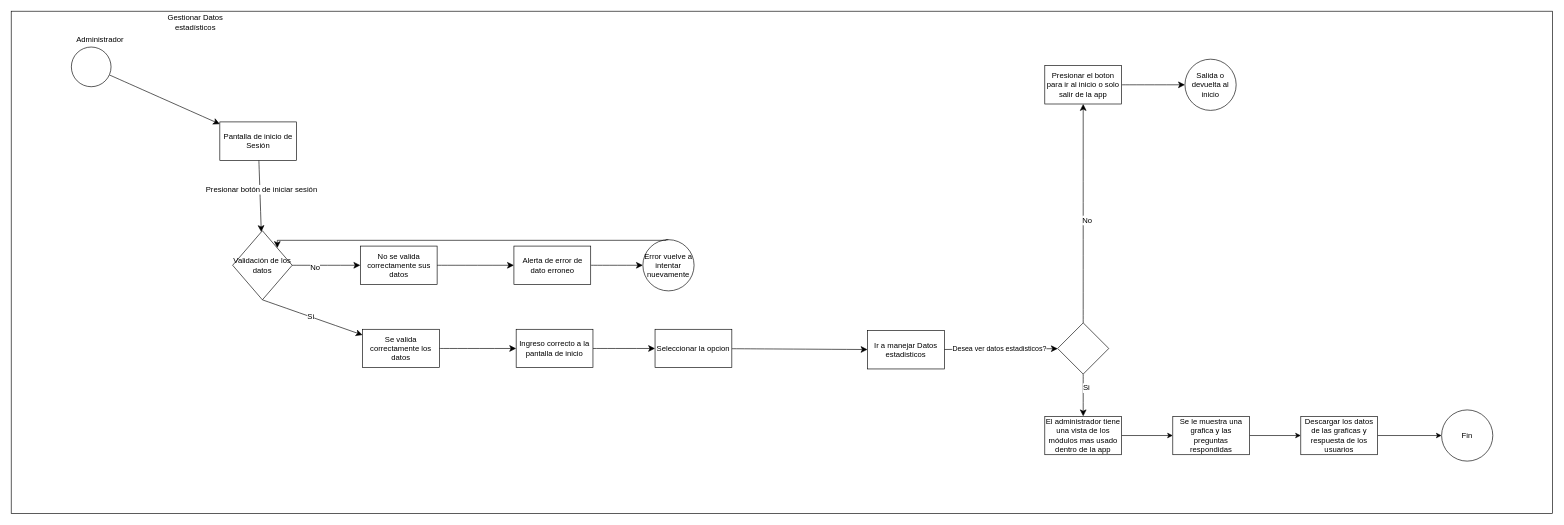
This is page "Diagrama de actividad Administrador" (6 of 17) of Fase2/Evidencias Proyecto/Presentacion Proyecto/Evidencias de documentación según metodología utiizada/casos de uso.drawio from SunsetDs/Proyecto_portafolio_titulo, a draw.io file, before an edit. Source tidied: cells renumbered, new cells numbered last; positions are measured from the earlier drawing's top-left corner, leaving out a move shared by most shapes. Both pictures are drawn from the tidied source at 64%, with x=0, y=0 at pixel (11, 11).
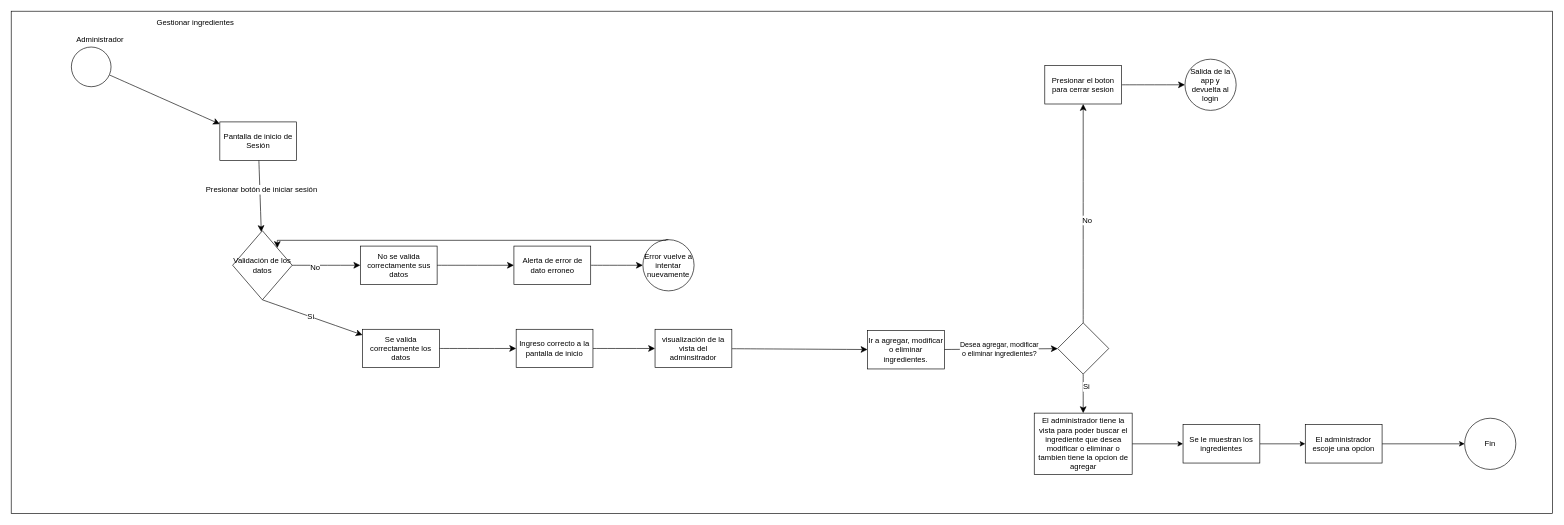
Above is the later version.

Unchanged cells that the change refers to:
```xml
<mxCell id="25" style="edgeStyle=none;curved=1;rounded=0;jettySize=auto;html=1;fontSize=12;startSize=8;endSize=8;" parent="1" edge="1" source="27" target="32">
  <mxGeometry relative="1" as="geometry" />
</mxCell>
```

Change to the diagram source:
```diff
@@
-    <mxCell id="24" value="Seleccionar la opcion" style="whiteSpace=wrap;html=1;" parent="1" vertex="1">
+    <mxCell id="24" value="visualización de la vista del adminsitrador" style="whiteSpace=wrap;html=1;" parent="1" vertex="1">
       <mxGeometry x="1006" y="497" width="120" height="60" as="geometry" />
     </mxCell>
@@
-    <mxCell id="26" value="Desea ver datos estadisticos?" style="edgeLabel;html=1;align=center;verticalAlign=middle;" parent="25" vertex="1">
+    <mxCell id="26" value="Desea agregar, modificar&lt;br&gt;o eliminar ingredientes?" style="edgeLabel;html=1;align=center;verticalAlign=middle;" parent="25" vertex="1">
       <mxGeometry x="-0.01" y="-3" relative="1" as="geometry">
         <mxPoint x="-3" y="-3" as="offset" />
       </mxGeometry>
     </mxCell>
-    <mxCell id="27" value="Ir a manejar Datos estadisticos" style="whiteSpace=wrap;html=1;" parent="1" vertex="1">
+    <mxCell id="27" value="Ir a agregar, modificar o eliminar ingredientes." style="whiteSpace=wrap;html=1;" parent="1" vertex="1">
       <mxGeometry x="1338" y="499" width="120" height="60" as="geometry" />
     </mxCell>
@@
-    <mxCell id="34" value="Presionar el boton para ir al inicio o solo salir de la app" style="whiteSpace=wrap;html=1;" parent="1" vertex="1">
+    <mxCell id="34" value="Presionar el boton para cerrar sesion" style="whiteSpace=wrap;html=1;" parent="1" vertex="1">
       <mxGeometry x="1615" y="85" width="120" height="60" as="geometry" />
     </mxCell>
@@
-    <mxCell id="36" value="El administrador tiene una vista de los módulos mas usado dentro de la app" style="whiteSpace=wrap;html=1;" parent="1" vertex="1">
-      <mxGeometry x="1615" y="633" width="120" height="60" as="geometry" />
+    <mxCell id="36" value="El administrador tiene la vista para poder buscar el ingrediente que desea modificar o eliminar o tambien tiene la opcion de agregar" style="whiteSpace=wrap;html=1;" parent="1" vertex="1">
+      <mxGeometry x="1598.5" y="628" width="153" height="96" as="geometry" />
     </mxCell>
-    <mxCell id="37" value="Salida o devuelta al inicio" style="ellipse;whiteSpace=wrap;html=1;" parent="1" vertex="1">
+    <mxCell id="37" value="Salida de la app y devuelta al login" style="ellipse;whiteSpace=wrap;html=1;" parent="1" vertex="1">
       <mxGeometry x="1834" y="75" width="80" height="80" as="geometry" />
     </mxCell>
@@
-    <mxCell id="39" value="Gestionar Datos estadísticos" style="text;html=1;align=center;verticalAlign=middle;whiteSpace=wrap;rounded=0;" parent="1" vertex="1">
+    <mxCell id="39" value="Gestionar ingredientes" style="text;html=1;align=center;verticalAlign=middle;whiteSpace=wrap;rounded=0;" parent="1" vertex="1">
       <mxGeometry x="219" y="3" width="138" height="30" as="geometry" />
     </mxCell>
@@
-    <mxCell id="41" value="Se le muestra una grafica y las preguntas respondidas" style="whiteSpace=wrap;html=1;" parent="1" vertex="1">
-      <mxGeometry x="1815" y="633" width="120" height="60" as="geometry" />
+    <mxCell id="41" value="Se le muestran los ingredientes" style="whiteSpace=wrap;html=1;" parent="1" vertex="1">
+      <mxGeometry x="1831" y="646" width="120" height="60" as="geometry" />
     </mxCell>
@@
-    <mxCell id="43" value="Descargar los datos de las graficas y respuesta de los usuarios" style="whiteSpace=wrap;html=1;" parent="1" vertex="1">
-      <mxGeometry x="2015" y="633" width="120" height="60" as="geometry" />
+    <mxCell id="43" value="El administrador escoje una opcion" style="whiteSpace=wrap;html=1;" parent="1" vertex="1">
+      <mxGeometry x="2022" y="646" width="120" height="60" as="geometry" />
     </mxCell>
     <mxCell id="44" value="Fin" style="ellipse;whiteSpace=wrap;html=1;" parent="1" vertex="1">
-      <mxGeometry x="2235" y="623" width="80" height="80" as="geometry" />
+      <mxGeometry x="2271" y="636" width="80" height="80" as="geometry" />
     </mxCell>
```
